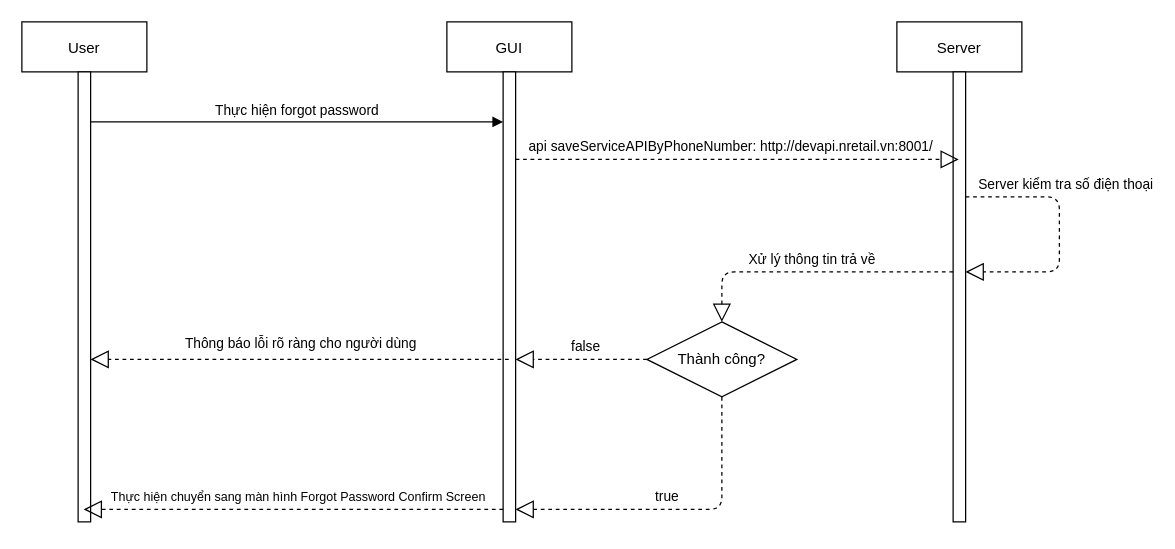
Before: page "FPScreen" (2 of 4) of ForgotPassword Sequence Diagram.drawio in Alars99/diagram, a draw.io diagram. Source tidied: cells renumbered, new cells numbered last; positions are measured from the earlier drawing's top-left corner, leaving out a move shared by most shapes. Both pictures are drawn from the tidied source at 125%, with x=0, y=0 at pixel (21, 21).
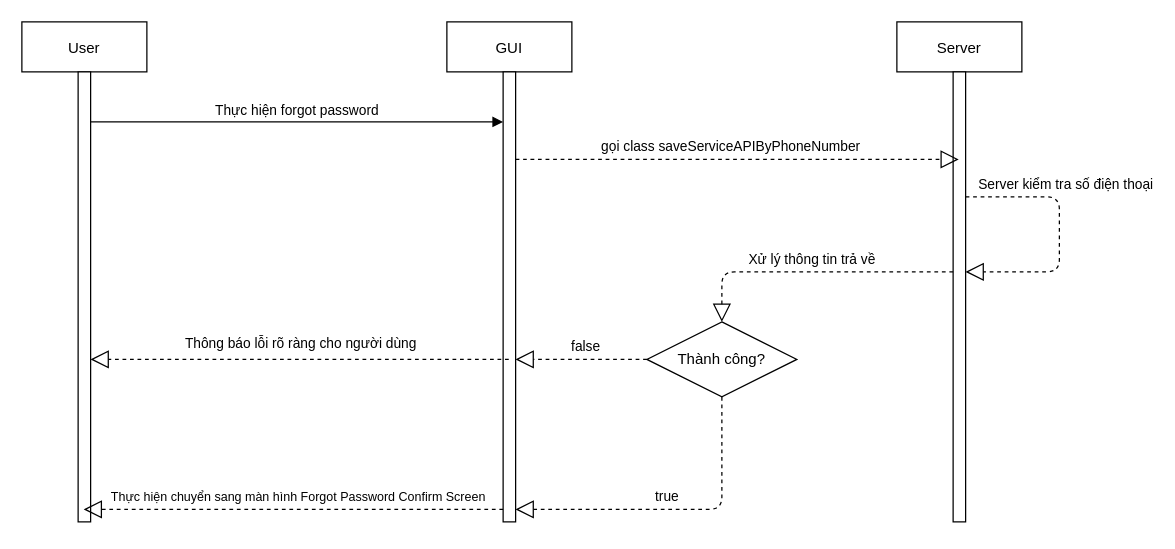
After the change.

Unchanged cells that the change refers to:
```xml
<mxCell id="5" style="points=[];perimeter=orthogonalPerimeter;rounded=0;shadow=0;strokeWidth=1;" parent="4" vertex="1">
  <mxGeometry x="45" y="40" width="10" height="360" as="geometry" />
</mxCell>
<mxCell id="6" value="Server" style="shape=umlLifeline;perimeter=lifelinePerimeter;rounded=0;shadow=0;strokeWidth=1;" parent="1" vertex="1">
  <mxGeometry x="700" width="100" height="400" as="geometry" />
</mxCell>
```

Diff of the diagram source:
```diff
@@
-    <mxCell id="10" value="api saveServiceAPIByPhoneNumber:&amp;nbsp;http://devapi.nretail.vn:8001/" style="endArrow=block;dashed=1;endFill=0;endSize=12;html=1;" parent="1" edge="1" source="5" target="6">
+    <mxCell id="10" value="gọi class saveServiceAPIByPhoneNumber" style="endArrow=block;dashed=1;endFill=0;endSize=12;html=1;" parent="1" edge="1" source="5" target="6">
       <mxGeometry x="-0.03" y="10" relative="1" as="geometry">
         <Array as="points">
           <mxPoint x="410" y="110" />
           <mxPoint x="490" y="110" />
         </Array>
       </mxGeometry>
     </mxCell>
```
